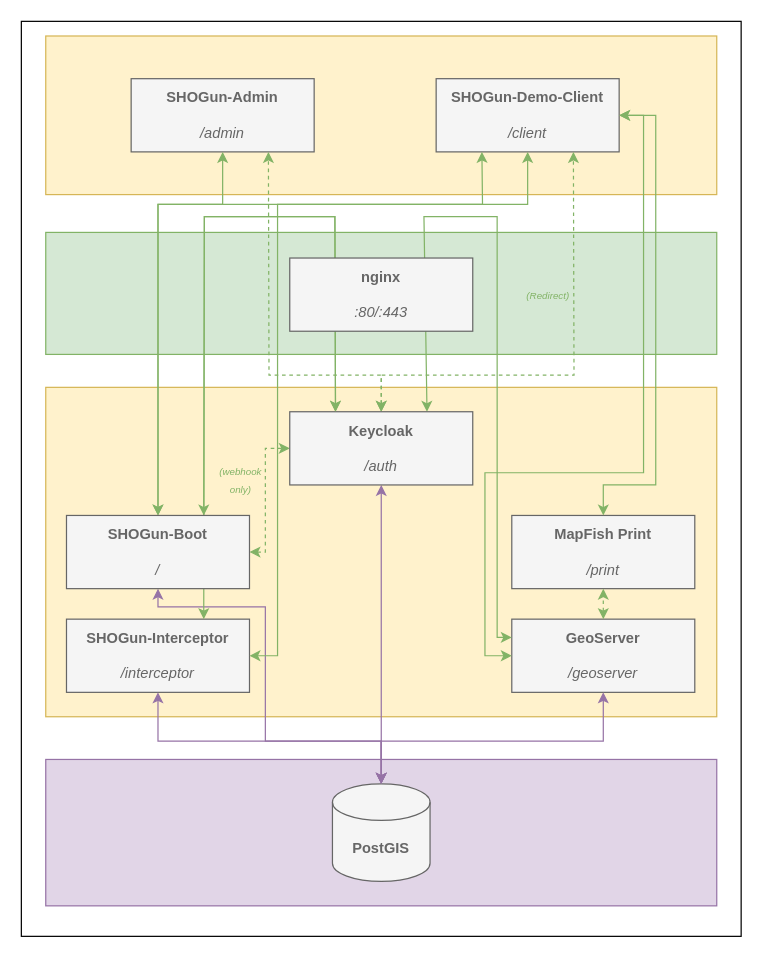
This is docs/components.drawio from terrestris/shogun-docker, a draw.io file, before an edit. Source tidied: cells renumbered, new cells numbered last; positions are measured from the earlier drawing's top-left corner, leaving out a move shared by most shapes. Both pictures are drawn from the tidied source at 122%, with x=0, y=0 at pixel (21, 21).
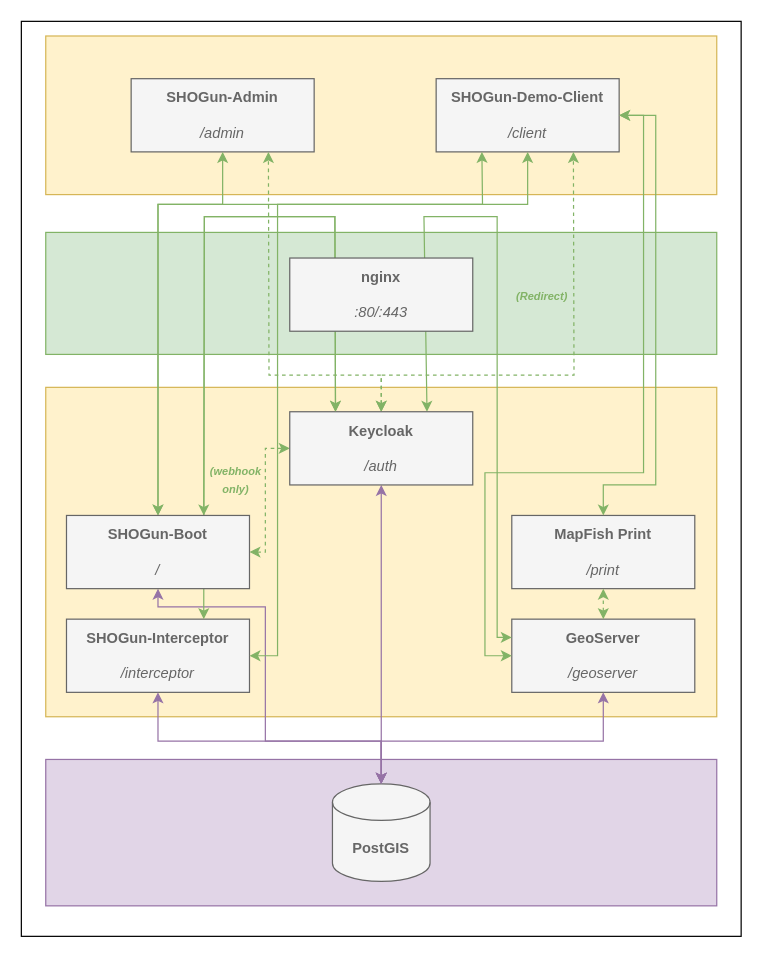
The same page after the edit.

Commit message (it also covers changes not shown here):
Increase font size

What changed in the source:
```diff
@@
-    <mxCell id="25" value="&lt;i&gt;&lt;font color=&quot;#82b366&quot; style=&quot;font-size: 8px;&quot;&gt;(Redirect)&lt;/font&gt;&lt;/i&gt;" style="text;html=1;strokeColor=none;fillColor=none;align=center;verticalAlign=middle;whiteSpace=wrap;rounded=0;" parent="1" vertex="1">
-      <mxGeometry x="402" y="209" width="60" height="30" as="geometry" />
+    <mxCell id="25" value="&lt;i&gt;&lt;font size=&quot;1&quot; color=&quot;#82b366&quot; style=&quot;&quot;&gt;&lt;b style=&quot;font-size: 9px;&quot;&gt;(Redirect)&lt;/b&gt;&lt;/font&gt;&lt;/i&gt;" style="text;html=1;strokeColor=none;fillColor=none;align=center;verticalAlign=middle;whiteSpace=wrap;rounded=0;" parent="1" vertex="1">
+      <mxGeometry x="397" y="210" width="60" height="30" as="geometry" />
     </mxCell>
@@
-    <mxCell id="30" value="&lt;i&gt;&lt;font color=&quot;#82b366&quot; style=&quot;font-size: 8px; line-height: 1.2;&quot;&gt;(webhook &lt;br&gt;only)&lt;/font&gt;&lt;/i&gt;" style="text;html=1;strokeColor=none;fillColor=none;align=center;verticalAlign=middle;whiteSpace=wrap;rounded=0;" parent="1" vertex="1">
-      <mxGeometry x="150" y="360" width="60" height="30" as="geometry" />
+    <mxCell id="30" value="&lt;i&gt;&lt;font color=&quot;#82b366&quot; style=&quot;font-size: 9px; line-height: 1.2;&quot;&gt;&lt;b&gt;(webhook &lt;br&gt;only)&lt;/b&gt;&lt;/font&gt;&lt;/i&gt;" style="text;html=1;strokeColor=none;fillColor=none;align=center;verticalAlign=middle;whiteSpace=wrap;rounded=0;" parent="1" vertex="1">
+      <mxGeometry x="146" y="360" width="60" height="30" as="geometry" />
     </mxCell>
```
